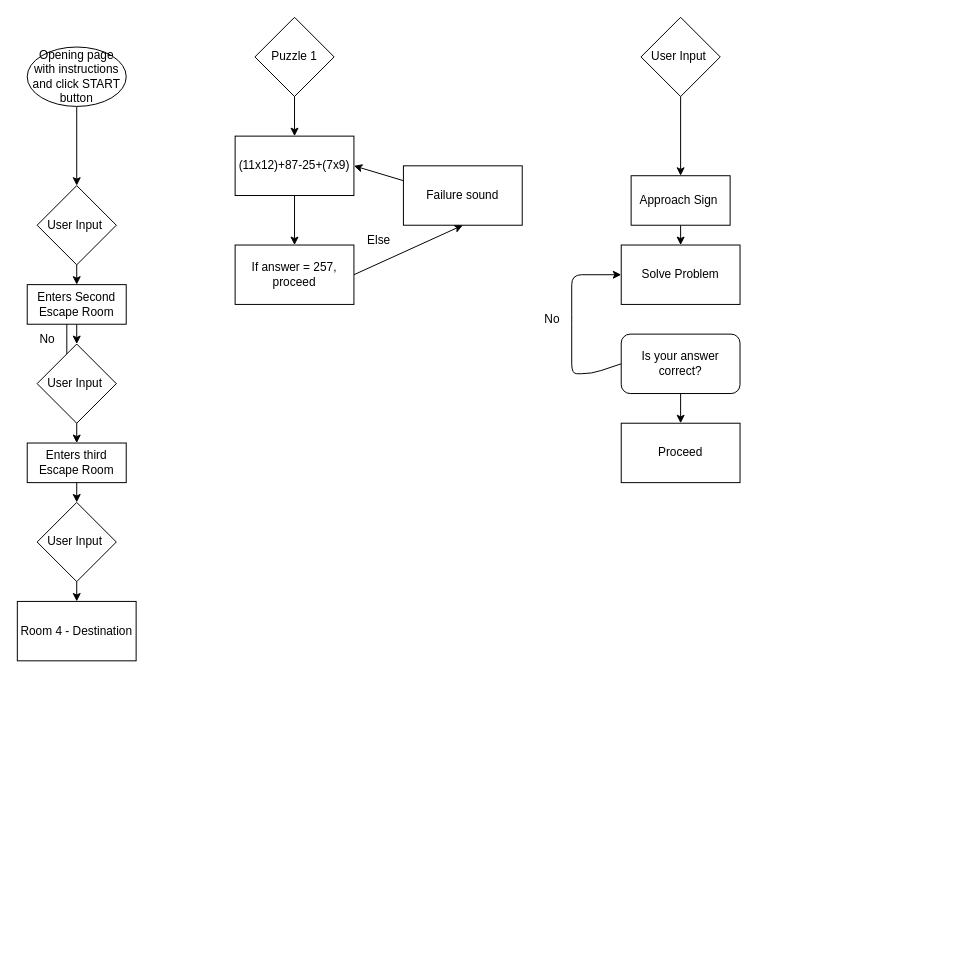
This is escaperoom.drawio from SchoolOfCode/escape-room-hackathon-room-17, a draw.io file, before an edit. Source tidied: cells renumbered, new cells numbered last; positions are measured from the earlier drawing's top-left corner, leaving out a move shared by most shapes. Both pictures are drawn from the tidied source at 99%, with x=0, y=0 at pixel (17, 17).
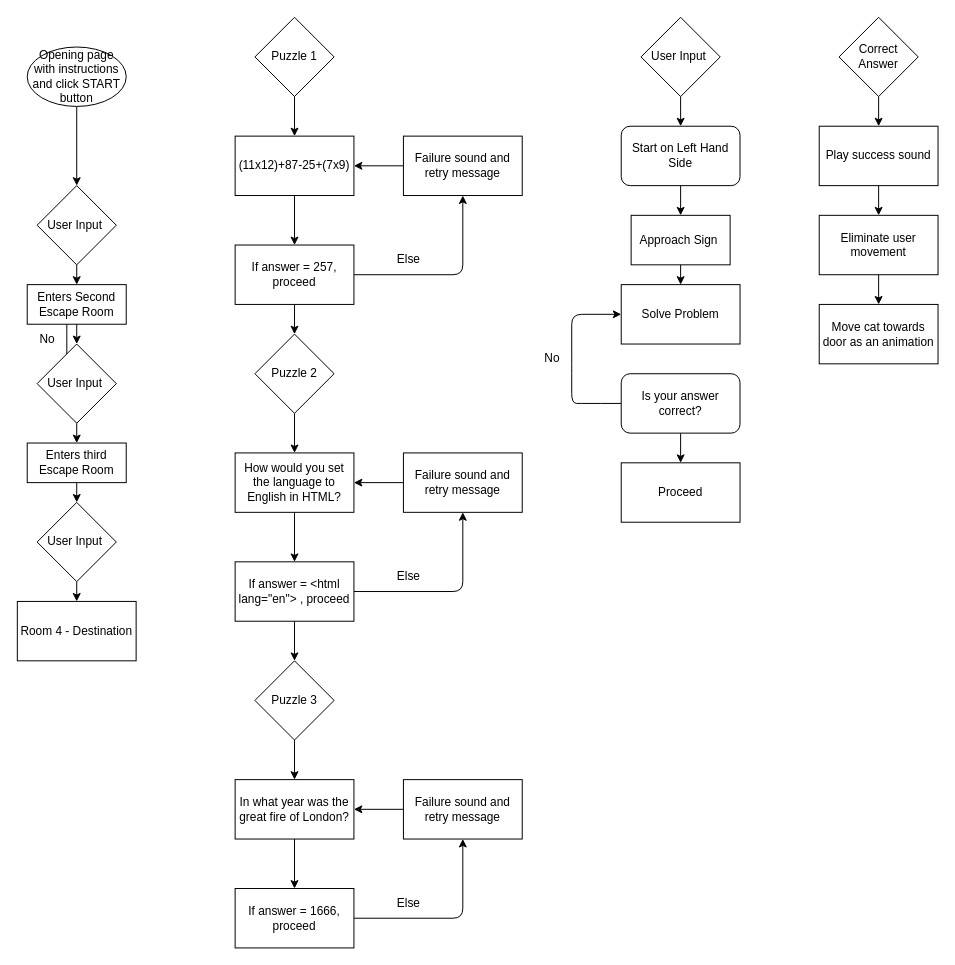
The same page after the edit.

The change refers to these unchanged cells:
```xml
<mxCell id="25" value="User Input&amp;nbsp;" style="rhombus;whiteSpace=wrap;html=1;" parent="1" vertex="1">
  <mxGeometry x="630" width="80" height="80" as="geometry" />
</mxCell>
<mxCell id="31" value="(11x12)+87-25+(7x9)" style="rounded=0;whiteSpace=wrap;html=1;" parent="1" vertex="1">
  <mxGeometry x="220" y="120" width="120" height="60" as="geometry" />
</mxCell>
<mxCell id="33" value="If answer = 257, proceed" style="rounded=0;whiteSpace=wrap;html=1;" parent="1" vertex="1">
  <mxGeometry x="220" y="230" width="120" height="60" as="geometry" />
</mxCell>
```

Change to the diagram source:
```diff
@@
-    <mxCell id="4" style="edgeStyle=none;html=1;exitX=0.5;exitY=1;exitDx=0;exitDy=0;entryX=0.5;entryY=0;entryDx=0;entryDy=0;" parent="1" edge="1" source="25" target="8">
-      <mxGeometry relative="1" as="geometry" />
+    <mxCell id="4" style="edgeStyle=none;html=1;exitX=0.5;exitY=1;exitDx=0;exitDy=0;" parent="1" edge="1" source="25">
+      <mxGeometry relative="1" as="geometry">
+        <mxPoint x="670" y="110" as="targetPoint" />
+      </mxGeometry>
     </mxCell>
     <mxCell id="5" value="No" style="text;html=1;align=center;verticalAlign=middle;strokeColor=none;fillColor=none;" parent="1" vertex="1">
-      <mxGeometry x="520" y="290" width="40" height="30" as="geometry" />
+      <mxGeometry x="520" y="330" width="40" height="30" as="geometry" />
     </mxCell>
@@
     <mxCell id="7" style="edgeStyle=none;html=1;" parent="1" edge="1" source="8">
       <mxGeometry relative="1" as="geometry">
-        <mxPoint x="670" y="230" as="targetPoint" />
+        <mxPoint x="670" y="270" as="targetPoint" />
       </mxGeometry>
     </mxCell>
     <mxCell id="8" value="Approach Sign&amp;nbsp;" style="rounded=0;whiteSpace=wrap;html=1;" parent="1" vertex="1">
-      <mxGeometry x="620" y="160" width="100" height="50" as="geometry" />
+      <mxGeometry x="620" y="200" width="100" height="50" as="geometry" />
     </mxCell>
     <mxCell id="9" style="edgeStyle=none;html=1;exitX=0;exitY=0.5;exitDx=0;exitDy=0;entryX=0;entryY=0.5;entryDx=0;entryDy=0;" parent="1" edge="1" source="12" target="13">
       <mxGeometry relative="1" as="geometry">
         <Array as="points">
-          <mxPoint x="580" y="360" />
-          <mxPoint x="560" y="360" />
-          <mxPoint x="560" y="310" />
-          <mxPoint x="560" y="260" />
+          <mxPoint x="580" y="390" />
+          <mxPoint x="560" y="390" />
+          <mxPoint x="560" y="350" />
+          <mxPoint x="560" y="300" />
         </Array>
       </mxGeometry>
     </mxCell>
@@
     <mxCell id="12" value="Is your answer correct?" style="rounded=1;whiteSpace=wrap;html=1;" parent="1" vertex="1">
-      <mxGeometry x="610" y="320" width="120" height="60" as="geometry" />
+      <mxGeometry x="610" y="360" width="120" height="60" as="geometry" />
     </mxCell>
     <mxCell id="13" value="Solve Problem" style="rounded=0;whiteSpace=wrap;html=1;" parent="1" vertex="1">
-      <mxGeometry x="610" y="230" width="120" height="60" as="geometry" />
+      <mxGeometry x="610" y="270" width="120" height="60" as="geometry" />
     </mxCell>
@@
     <mxCell id="26" value="Proceed&lt;br&gt;" style="rounded=0;whiteSpace=wrap;html=1;" parent="1" vertex="1">
-      <mxGeometry x="610" y="410" width="120" height="60" as="geometry" />
+      <mxGeometry x="610" y="450" width="120" height="60" as="geometry" />
     </mxCell>
@@
     <mxCell id="32" style="edgeStyle=none;html=1;exitX=1;exitY=0.5;exitDx=0;exitDy=0;entryX=0.5;entryY=1;entryDx=0;entryDy=0;" parent="1" edge="1" source="33" target="35">
-      <mxGeometry relative="1" as="geometry" />
+      <mxGeometry relative="1" as="geometry">
+        <Array as="points">
+          <mxPoint x="450" y="260" />
+        </Array>
+      </mxGeometry>
     </mxCell>
+    <mxCell id="37" style="edgeStyle=none;html=1;exitX=0.5;exitY=1;exitDx=0;exitDy=0;entryX=0.5;entryY=0;entryDx=0;entryDy=0;" parent="1" edge="1" source="33" target="39">
+      <mxGeometry relative="1" as="geometry" />
+    </mxCell>
@@
-    <mxCell id="34" style="edgeStyle=none;html=1;exitX=0;exitY=0.25;exitDx=0;exitDy=0;entryX=1;entryY=0.5;entryDx=0;entryDy=0;" parent="1" edge="1" source="35" target="31">
+    <mxCell id="34" style="edgeStyle=none;html=1;exitX=0;exitY=0.5;exitDx=0;exitDy=0;entryX=1;entryY=0.5;entryDx=0;entryDy=0;" parent="1" edge="1" source="35" target="31">
       <mxGeometry relative="1" as="geometry" />
     </mxCell>
-    <mxCell id="35" value="Failure sound" style="rounded=0;whiteSpace=wrap;html=1;" parent="1" vertex="1">
-      <mxGeometry x="390" y="150" width="120" height="60" as="geometry" />
+    <mxCell id="35" value="Failure sound and retry message" style="rounded=0;whiteSpace=wrap;html=1;" parent="1" vertex="1">
+      <mxGeometry x="390" y="120" width="120" height="60" as="geometry" />
     </mxCell>
     <mxCell id="36" value="Else" style="text;html=1;align=center;verticalAlign=middle;strokeColor=none;fillColor=none;" parent="1" vertex="1">
-      <mxGeometry x="340" y="210" width="50" height="30" as="geometry" />
+      <mxGeometry x="370" y="230" width="50" height="30" as="geometry" />
     </mxCell>
+    <mxCell id="38" style="edgeStyle=none;html=1;exitX=0.5;exitY=1;exitDx=0;exitDy=0;entryX=0.5;entryY=0;entryDx=0;entryDy=0;" parent="1" edge="1" source="39" target="41">
+      <mxGeometry relative="1" as="geometry" />
+    </mxCell>
+    <mxCell id="39" value="Puzzle 2" style="rhombus;whiteSpace=wrap;html=1;" parent="1" vertex="1">
+      <mxGeometry x="240" y="320" width="80" height="80" as="geometry" />
+    </mxCell>
+    <mxCell id="40" style="edgeStyle=none;html=1;exitX=0.5;exitY=1;exitDx=0;exitDy=0;entryX=0.5;entryY=0;entryDx=0;entryDy=0;" parent="1" edge="1" source="41" target="44">
+      <mxGeometry relative="1" as="geometry" />
+    </mxCell>
+    <mxCell id="41" value="How would you set the language to English in HTML?" style="rounded=0;whiteSpace=wrap;html=1;" parent="1" vertex="1">
+      <mxGeometry x="220" y="440" width="120" height="60" as="geometry" />
+    </mxCell>
+    <mxCell id="42" style="edgeStyle=none;html=1;exitX=1;exitY=0.5;exitDx=0;exitDy=0;entryX=0.5;entryY=1;entryDx=0;entryDy=0;" parent="1" edge="1" source="44" target="46">
+      <mxGeometry relative="1" as="geometry">
+        <Array as="points">
+          <mxPoint x="450" y="580" />
+        </Array>
+      </mxGeometry>
+    </mxCell>
+    <mxCell id="43" style="edgeStyle=none;html=1;exitX=0.5;exitY=1;exitDx=0;exitDy=0;entryX=0.5;entryY=0;entryDx=0;entryDy=0;" parent="1" edge="1" source="44" target="49">
+      <mxGeometry relative="1" as="geometry" />
+    </mxCell>
+    <mxCell id="44" value="If answer = &amp;lt;html lang=&quot;en&quot;&amp;gt; , proceed" style="rounded=0;whiteSpace=wrap;html=1;" parent="1" vertex="1">
+      <mxGeometry x="220" y="550" width="120" height="60" as="geometry" />
+    </mxCell>
+    <mxCell id="45" style="edgeStyle=none;html=1;exitX=0;exitY=0.5;exitDx=0;exitDy=0;entryX=1;entryY=0.5;entryDx=0;entryDy=0;" parent="1" edge="1" source="46" target="41">
+      <mxGeometry relative="1" as="geometry" />
+    </mxCell>
+    <mxCell id="46" value="Failure sound and retry message" style="rounded=0;whiteSpace=wrap;html=1;" parent="1" vertex="1">
+      <mxGeometry x="390" y="440" width="120" height="60" as="geometry" />
+    </mxCell>
+    <mxCell id="47" value="Else" style="text;html=1;align=center;verticalAlign=middle;strokeColor=none;fillColor=none;" parent="1" vertex="1">
+      <mxGeometry x="370" y="550" width="50" height="30" as="geometry" />
+    </mxCell>
+    <mxCell id="48" style="edgeStyle=none;html=1;exitX=0.5;exitY=1;exitDx=0;exitDy=0;entryX=0.5;entryY=0;entryDx=0;entryDy=0;" parent="1" edge="1" source="49" target="51">
+      <mxGeometry relative="1" as="geometry" />
+    </mxCell>
+    <mxCell id="49" value="Puzzle 3" style="rhombus;whiteSpace=wrap;html=1;" parent="1" vertex="1">
+      <mxGeometry x="240" y="650" width="80" height="80" as="geometry" />
+    </mxCell>
+    <mxCell id="50" style="edgeStyle=none;html=1;exitX=0.5;exitY=1;exitDx=0;exitDy=0;entryX=0.5;entryY=0;entryDx=0;entryDy=0;" parent="1" edge="1" source="51" target="53">
+      <mxGeometry relative="1" as="geometry" />
+    </mxCell>
+    <mxCell id="51" value="In what year was the great fire of London?" style="rounded=0;whiteSpace=wrap;html=1;" parent="1" vertex="1">
+      <mxGeometry x="220" y="770" width="120" height="60" as="geometry" />
+    </mxCell>
+    <mxCell id="52" style="edgeStyle=none;html=1;exitX=1;exitY=0.5;exitDx=0;exitDy=0;entryX=0.5;entryY=1;entryDx=0;entryDy=0;" parent="1" edge="1" source="53" target="55">
+      <mxGeometry relative="1" as="geometry">
+        <Array as="points">
+          <mxPoint x="450" y="910" />
+        </Array>
+      </mxGeometry>
+    </mxCell>
+    <mxCell id="53" value="If answer = 1666, proceed" style="rounded=0;whiteSpace=wrap;html=1;" parent="1" vertex="1">
+      <mxGeometry x="220" y="880" width="120" height="60" as="geometry" />
+    </mxCell>
+    <mxCell id="54" style="edgeStyle=none;html=1;exitX=0;exitY=0.5;exitDx=0;exitDy=0;entryX=1;entryY=0.5;entryDx=0;entryDy=0;" parent="1" edge="1" source="55" target="51">
+      <mxGeometry relative="1" as="geometry" />
+    </mxCell>
+    <mxCell id="55" value="Failure sound and retry message" style="rounded=0;whiteSpace=wrap;html=1;" parent="1" vertex="1">
+      <mxGeometry x="390" y="770" width="120" height="60" as="geometry" />
+    </mxCell>
+    <mxCell id="56" value="Else" style="text;html=1;align=center;verticalAlign=middle;strokeColor=none;fillColor=none;" parent="1" vertex="1">
+      <mxGeometry x="370" y="880" width="50" height="30" as="geometry" />
+    </mxCell>
+    <mxCell id="57" style="edgeStyle=none;html=1;exitX=0.5;exitY=1;exitDx=0;exitDy=0;entryX=0.5;entryY=0;entryDx=0;entryDy=0;" parent="1" edge="1" source="58" target="60">
+      <mxGeometry relative="1" as="geometry" />
+    </mxCell>
+    <mxCell id="58" value="Correct Answer" style="rhombus;whiteSpace=wrap;html=1;" parent="1" vertex="1">
+      <mxGeometry x="830" width="80" height="80" as="geometry" />
+    </mxCell>
+    <mxCell id="59" style="edgeStyle=none;html=1;exitX=0.5;exitY=1;exitDx=0;exitDy=0;" parent="1" edge="1" source="60">
+      <mxGeometry relative="1" as="geometry">
+        <mxPoint x="870" y="200" as="targetPoint" />
+      </mxGeometry>
+    </mxCell>
+    <mxCell id="60" value="Play success sound" style="rounded=0;whiteSpace=wrap;html=1;" parent="1" vertex="1">
+      <mxGeometry x="810" y="110" width="120" height="60" as="geometry" />
+    </mxCell>
+    <mxCell id="61" style="edgeStyle=none;html=1;exitX=0.5;exitY=1;exitDx=0;exitDy=0;entryX=0.5;entryY=0;entryDx=0;entryDy=0;" parent="1" edge="1" source="62" target="8">
+      <mxGeometry relative="1" as="geometry" />
+    </mxCell>
+    <mxCell id="62" value="Start on Left Hand Side" style="rounded=1;whiteSpace=wrap;html=1;" parent="1" vertex="1">
+      <mxGeometry x="610" y="110" width="120" height="60" as="geometry" />
+    </mxCell>
+    <mxCell id="63" style="edgeStyle=none;html=1;exitX=0.5;exitY=1;exitDx=0;exitDy=0;" parent="1" edge="1" source="64">
+      <mxGeometry relative="1" as="geometry">
+        <mxPoint x="870" y="290" as="targetPoint" />
+      </mxGeometry>
+    </mxCell>
+    <mxCell id="64" value="Eliminate user movement" style="rounded=0;whiteSpace=wrap;html=1;" parent="1" vertex="1">
+      <mxGeometry x="810" y="200" width="120" height="60" as="geometry" />
+    </mxCell>
+    <mxCell id="65" value="Move cat towards door as an animation" style="rounded=0;whiteSpace=wrap;html=1;" parent="1" vertex="1">
+      <mxGeometry x="810" y="290" width="120" height="60" as="geometry" />
+    </mxCell>
```
